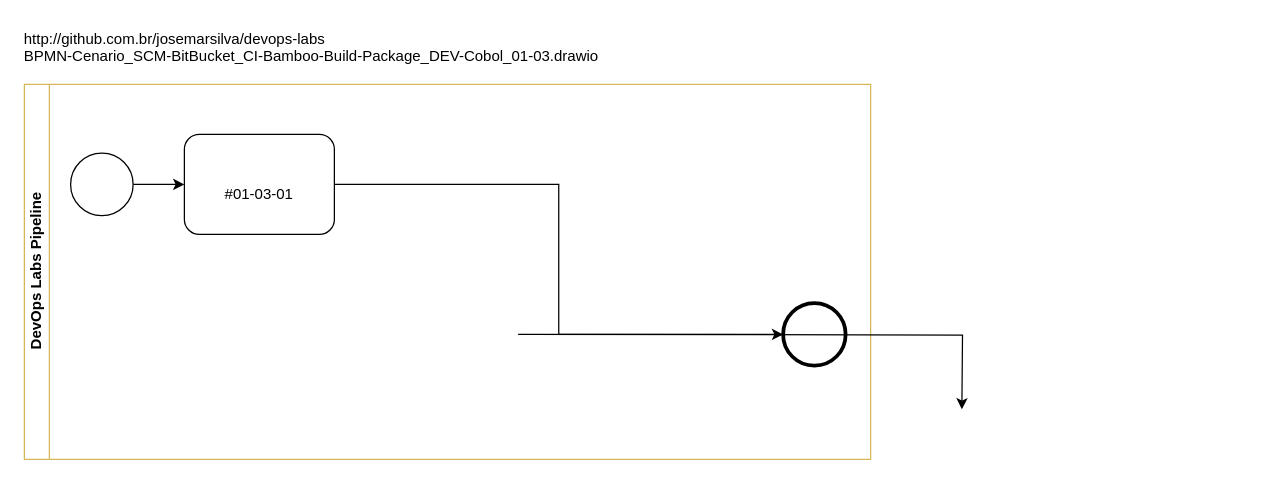
This is doc/bpmn-diagrams/BPMN-Cenario_SCM-BitBucket_CI-Bamboo-Build-Package_DEV-Cobol_01-03.drawio from josemarsilva/devops-labs, a draw.io file, before an edit. Source tidied: cells renumbered, new cells numbered last; positions are measured from the earlier drawing's top-left corner, leaving out a move shared by most shapes. Both pictures are drawn from the tidied source at 125%, with x=0, y=0 at pixel (21, 21).
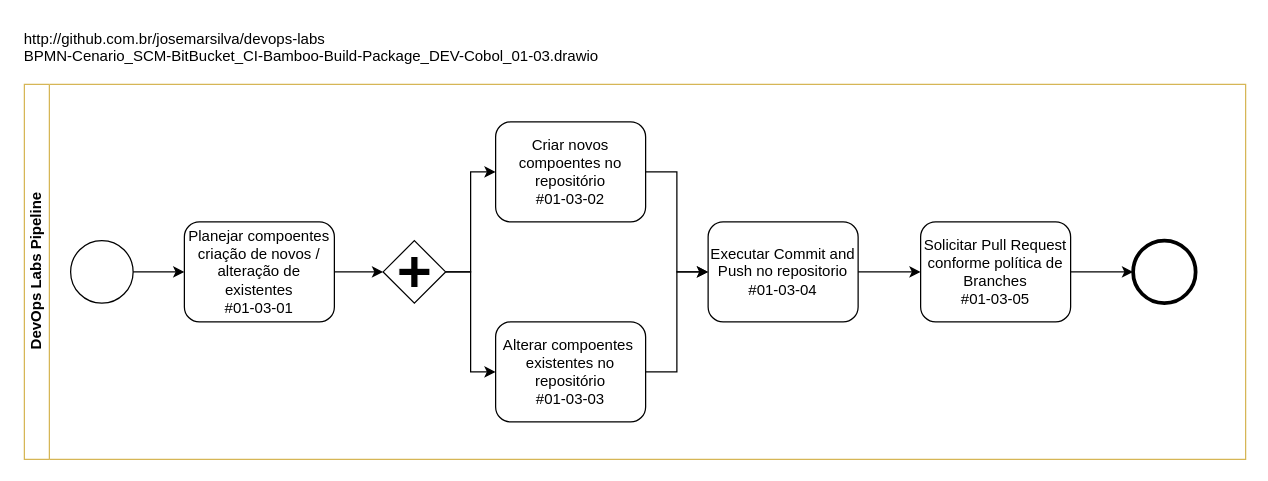
After the change.

What changed in the source:
```diff
@@
     <mxCell id="2" value="DevOps Labs Pipeline" style="swimlane;html=1;horizontal=0;startSize=20;fillColor=none;strokeColor=#d6b656;" parent="1" vertex="1">
-      <mxGeometry x="2" y="50" width="677" height="300" as="geometry" />
+      <mxGeometry x="2" y="50" width="977" height="300" as="geometry" />
     </mxCell>
@@
     <mxCell id="4" style="shape=mxgraph.bpmn.shape;html=1;verticalLabelPosition=bottom;labelBackgroundColor=#ffffff;verticalAlign=top;align=center;perimeter=ellipsePerimeter;outlineConnect=0;outline=standard;symbol=general;" parent="2" vertex="1">
-      <mxGeometry x="37" y="55" width="50" height="50" as="geometry" />
+      <mxGeometry x="37" y="125" width="50" height="50" as="geometry" />
     </mxCell>
@@
     <mxCell id="11" style="shape=mxgraph.bpmn.shape;html=1;verticalLabelPosition=bottom;labelBackgroundColor=#ffffff;verticalAlign=top;align=center;perimeter=ellipsePerimeter;outlineConnect=0;outline=end;symbol=general;" parent="2" vertex="1">
-      <mxGeometry x="607" y="175" width="50" height="50" as="geometry" />
+      <mxGeometry x="887" y="125" width="50" height="50" as="geometry" />
     </mxCell>
-    <mxCell id="12" style="edgeStyle=orthogonalEdgeStyle;rounded=0;jettySize=auto;html=1;entryX=0;entryY=0.5;entryDx=0;entryDy=0;" parent="2" edge="1" source="13" target="11">
-      <mxGeometry relative="1" as="geometry" />
-    </mxCell>
+    <mxCell id="19" style="edgeStyle=orthogonalEdgeStyle;rounded=0;jettySize=auto;html=1;" parent="2" edge="1" source="13" target="22">
+      <mxGeometry relative="1" as="geometry" />
+    </mxCell>
-    <mxCell id="13" value="&lt;div&gt;&amp;nbsp;&lt;/div&gt;&lt;div&gt;#01-03-01&lt;/div&gt;" style="shape=ext;rounded=1;html=1;whiteSpace=wrap;fillColor=none;" parent="2" vertex="1">
-      <mxGeometry x="128" y="40" width="120" height="80" as="geometry" />
+    <mxCell id="13" value="&lt;div&gt;Planejar compoentes criação de novos / alteração de existentes&lt;/div&gt;&lt;div&gt;#01-03-01&lt;/div&gt;" style="shape=ext;rounded=1;html=1;whiteSpace=wrap;fillColor=none;" parent="2" vertex="1">
+      <mxGeometry x="128" y="110" width="120" height="80" as="geometry" />
     </mxCell>
@@
-    <mxCell id="17" style="edgeStyle=orthogonalEdgeStyle;rounded=0;orthogonalLoop=1;jettySize=auto;html=1;" parent="2" edge="1">
-      <mxGeometry relative="1" as="geometry">
-        <mxPoint x="395" y="200" as="sourcePoint" />
-        <mxPoint x="750" y="260" as="targetPoint" />
-      </mxGeometry>
-    </mxCell>
+    <mxCell id="20" style="edgeStyle=orthogonalEdgeStyle;rounded=0;jettySize=auto;html=1;entryX=0;entryY=0.5;entryDx=0;entryDy=0;" parent="2" edge="1" source="22" target="24">
+      <mxGeometry relative="1" as="geometry" />
+    </mxCell>
+    <mxCell id="21" style="edgeStyle=orthogonalEdgeStyle;rounded=0;jettySize=auto;html=1;entryX=0;entryY=0.5;entryDx=0;entryDy=0;" parent="2" edge="1" source="22" target="26">
+      <mxGeometry relative="1" as="geometry" />
+    </mxCell>
+    <mxCell id="22" style="shape=mxgraph.bpmn.shape;html=1;verticalLabelPosition=bottom;labelBackgroundColor=#ffffff;verticalAlign=top;align=center;perimeter=rhombusPerimeter;background=gateway;outlineConnect=0;outline=none;symbol=parallelGw;" parent="2" vertex="1">
+      <mxGeometry x="287" y="125" width="50" height="50" as="geometry" />
+    </mxCell>
+    <mxCell id="23" style="edgeStyle=orthogonalEdgeStyle;rounded=0;jettySize=auto;html=1;entryX=0;entryY=0.5;entryDx=0;entryDy=0;" parent="2" edge="1" source="24" target="28">
+      <mxGeometry relative="1" as="geometry" />
+    </mxCell>
+    <mxCell id="24" value="&lt;div&gt;Criar novos compoentes no repositório&lt;/div&gt;&lt;div&gt;#01-03-02&lt;/div&gt;" style="shape=ext;rounded=1;html=1;whiteSpace=wrap;fillColor=none;" parent="2" vertex="1">
+      <mxGeometry x="377" y="30" width="120" height="80" as="geometry" />
+    </mxCell>
+    <mxCell id="25" style="edgeStyle=orthogonalEdgeStyle;rounded=0;jettySize=auto;html=1;entryX=0;entryY=0.5;entryDx=0;entryDy=0;" parent="2" edge="1" source="26" target="28">
+      <mxGeometry relative="1" as="geometry" />
+    </mxCell>
+    <mxCell id="26" value="&lt;div&gt;Alterar compoentes&amp;nbsp; existentes no repositório&lt;/div&gt;&lt;div&gt;#01-03-03&lt;/div&gt;" style="shape=ext;rounded=1;html=1;whiteSpace=wrap;fillColor=none;" parent="2" vertex="1">
+      <mxGeometry x="377" y="190" width="120" height="80" as="geometry" />
+    </mxCell>
+    <mxCell id="27" style="edgeStyle=orthogonalEdgeStyle;rounded=0;jettySize=auto;html=1;" parent="2" edge="1" source="28" target="30">
+      <mxGeometry relative="1" as="geometry" />
+    </mxCell>
+    <mxCell id="28" value="&lt;div&gt;Executar Commit and Push no repositorio&lt;/div&gt;&lt;div&gt;#01-03-04&lt;/div&gt;" style="shape=ext;rounded=1;html=1;whiteSpace=wrap;fillColor=none;" parent="2" vertex="1">
+      <mxGeometry x="547" y="110" width="120" height="80" as="geometry" />
+    </mxCell>
+    <mxCell id="29" style="edgeStyle=orthogonalEdgeStyle;rounded=0;jettySize=auto;html=1;" parent="2" edge="1" source="30" target="11">
+      <mxGeometry relative="1" as="geometry" />
+    </mxCell>
+    <mxCell id="30" value="&lt;div&gt;Solicitar Pull Request conforme política de Branches&lt;/div&gt;&lt;div&gt;#01-03-05&lt;/div&gt;" style="shape=ext;rounded=1;html=1;whiteSpace=wrap;fillColor=none;" parent="2" vertex="1">
+      <mxGeometry x="717" y="110" width="120" height="80" as="geometry" />
+    </mxCell>
```
